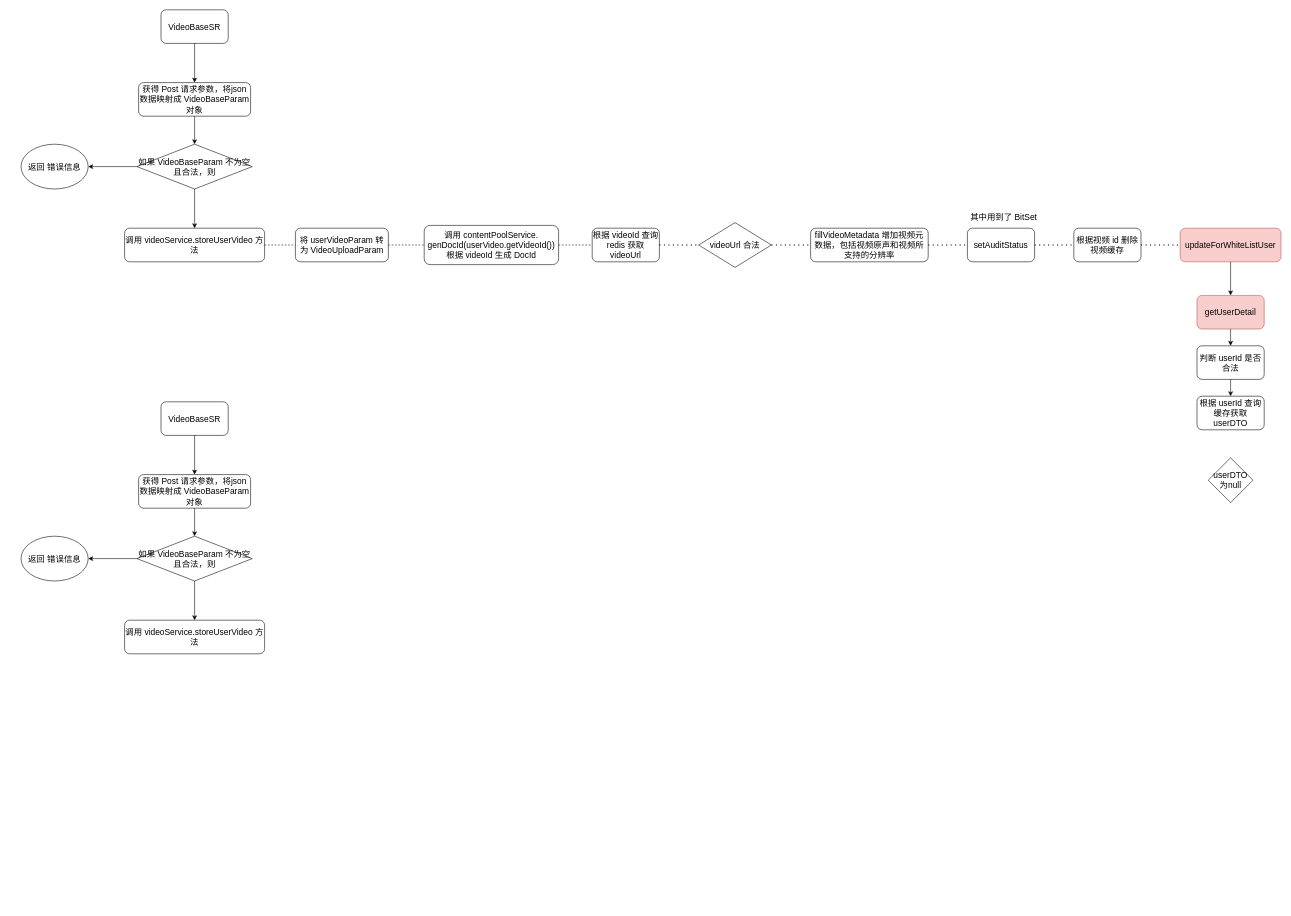
The draw.io diagram base.drawio in Enoch-Simon/drawios, before the edit. Source tidied: cells renumbered, new cells numbered last; positions are measured from the earlier drawing's top-left corner, leaving out a move shared by most shapes. Both pictures are drawn from the tidied source at 56%, with x=0, y=0 at pixel (21, 10).
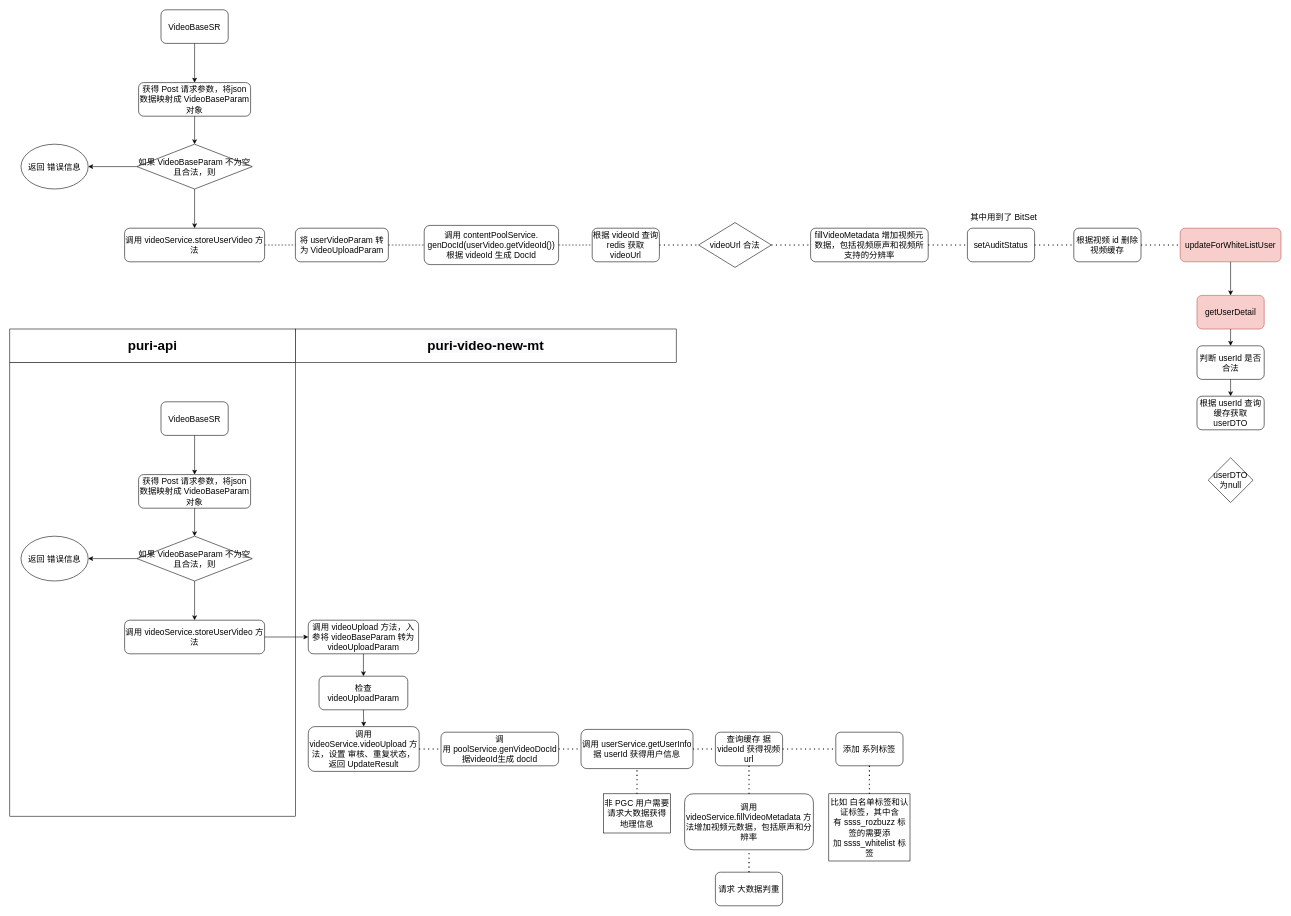
Above is the later version.

The change refers to these unchanged cells:
```xml
<mxCell id="37" value="调用&amp;nbsp;videoService.storeUserVideo 方法" style="rounded=1;whiteSpace=wrap;html=1;fontSize=15;" parent="1" vertex="1">
  <mxGeometry x="185" y="1090" width="250" height="60" as="geometry" />
</mxCell>
```

Change to the diagram source:
```diff
@@
+    <mxCell id="44" style="rounded=0;whiteSpace=wrap;html=1;fontSize=15;" parent="1" vertex="1">
+      <mxGeometry x="-20" y="630" width="510" height="810" as="geometry" />
+    </mxCell>
@@
+    <mxCell id="45" value="调用 videoUpload 方法，入参将 videoBaseParam 转为 videoUploadParam" style="rounded=1;whiteSpace=wrap;html=1;fontSize=15;" parent="1" vertex="1">
+      <mxGeometry x="513" y="1090" width="197" height="60" as="geometry" />
+    </mxCell>
+    <mxCell id="46" value="检查 videoUploadParam" style="rounded=1;whiteSpace=wrap;html=1;fontSize=15;" parent="1" vertex="1">
+      <mxGeometry x="532.2" y="1190" width="158.5" height="60" as="geometry" />
+    </mxCell>
+    <mxCell id="47" value="调用 videoService.videoUpload 方法，设置 审核、重复状态，返回&amp;nbsp;UpdateResult" style="rounded=1;whiteSpace=wrap;html=1;fontSize=15;" parent="1" vertex="1">
+      <mxGeometry x="513" y="1280" width="198" height="80" as="geometry" />
+    </mxCell>
+    <mxCell id="48" value="调用&amp;nbsp;poolService.genVideoDocId 据videoId生成 docId" style="rounded=1;whiteSpace=wrap;html=1;fontSize=15;" parent="1" vertex="1">
+      <mxGeometry x="750" y="1290" width="210" height="60" as="geometry" />
+    </mxCell>
+    <mxCell id="49" value="调用&amp;nbsp;userService.getUserInfo 据 userId 获得用户信息" style="rounded=1;whiteSpace=wrap;html=1;fontSize=15;" parent="1" vertex="1">
+      <mxGeometry x="1000" y="1285" width="200" height="70" as="geometry" />
+    </mxCell>
+    <mxCell id="50" value="非 PGC 用户需要请求大数据获得地理信息" style="rounded=0;whiteSpace=wrap;html=1;fontSize=15;" parent="1" vertex="1">
+      <mxGeometry x="1040" y="1400" width="120" height="70" as="geometry" />
+    </mxCell>
+    <mxCell id="51" style="endArrow=classic;html=1;fontSize=15;exitX=1;exitY=0.5;exitDx=0;exitDy=0;entryX=0;entryY=0.5;entryDx=0;entryDy=0;" parent="1" edge="1" source="37" target="45">
+      <mxGeometry relative="1" as="geometry" />
+    </mxCell>
+    <mxCell id="52" style="endArrow=classic;html=1;fontSize=15;exitX=0.5;exitY=1;exitDx=0;exitDy=0;entryX=0.5;entryY=0;entryDx=0;entryDy=0;" parent="1" edge="1" source="45" target="46">
+      <mxGeometry relative="1" as="geometry" />
+    </mxCell>
+    <mxCell id="53" style="endArrow=classic;html=1;fontSize=15;exitX=0.5;exitY=1;exitDx=0;exitDy=0;entryX=0.5;entryY=0;entryDx=0;entryDy=0;" parent="1" edge="1" source="46" target="47">
+      <mxGeometry relative="1" as="geometry" />
+    </mxCell>
+    <mxCell id="54" style="endArrow=none;dashed=1;html=1;dashPattern=1 3;strokeWidth=2;fontSize=15;exitX=1;exitY=0.5;exitDx=0;exitDy=0;entryX=0;entryY=0.5;entryDx=0;entryDy=0;" parent="1" edge="1" source="47" target="48">
+      <mxGeometry relative="1" as="geometry" />
+    </mxCell>
+    <mxCell id="55" style="endArrow=none;dashed=1;html=1;dashPattern=1 3;strokeWidth=2;fontSize=15;exitX=1;exitY=0.5;exitDx=0;exitDy=0;entryX=0;entryY=0.5;entryDx=0;entryDy=0;" parent="1" edge="1" source="48" target="49">
+      <mxGeometry relative="1" as="geometry" />
+    </mxCell>
+    <mxCell id="56" style="endArrow=none;dashed=1;html=1;dashPattern=1 3;strokeWidth=2;fontSize=15;entryX=0.5;entryY=1;entryDx=0;entryDy=0;exitX=0.5;exitY=0;exitDx=0;exitDy=0;" parent="1" edge="1" source="50" target="49">
+      <mxGeometry relative="1" as="geometry" />
+    </mxCell>
+    <mxCell id="57" value="puri-api" style="rounded=0;whiteSpace=wrap;html=1;fontSize=24;fontStyle=1;" parent="1" vertex="1">
+      <mxGeometry x="-20" y="570" width="510" height="60" as="geometry" />
+    </mxCell>
+    <mxCell id="58" value="查询缓存 据 videoId 获得视频url" style="rounded=1;whiteSpace=wrap;html=1;fontSize=15;" parent="1" vertex="1">
+      <mxGeometry x="1240" y="1290" width="120" height="60" as="geometry" />
+    </mxCell>
+    <mxCell id="59" value="调用 videoService.fillVideoMetadata 方法增加视频元数据，包括原声和分辨率" style="rounded=1;whiteSpace=wrap;html=1;fontSize=15;" parent="1" vertex="1">
+      <mxGeometry x="1185" y="1400" width="230" height="100" as="geometry" />
+    </mxCell>
+    <mxCell id="60" value="请求 大数据判重" style="rounded=1;whiteSpace=wrap;html=1;fontSize=15;" parent="1" vertex="1">
+      <mxGeometry x="1240" y="1540" width="120" height="60" as="geometry" />
+    </mxCell>
+    <mxCell id="61" value="添加 系列标签" style="rounded=1;whiteSpace=wrap;html=1;fontSize=15;" parent="1" vertex="1">
+      <mxGeometry x="1455" y="1290" width="120" height="60" as="geometry" />
+    </mxCell>
+    <mxCell id="62" style="endArrow=none;dashed=1;html=1;dashPattern=1 3;strokeWidth=2;fontSize=15;exitX=1;exitY=0.5;exitDx=0;exitDy=0;entryX=0;entryY=0.5;entryDx=0;entryDy=0;" parent="1" edge="1" source="49" target="58">
+      <mxGeometry relative="1" as="geometry" />
+    </mxCell>
+    <mxCell id="63" style="endArrow=none;dashed=1;html=1;dashPattern=1 3;strokeWidth=2;fontSize=15;exitX=1;exitY=0.5;exitDx=0;exitDy=0;entryX=0;entryY=0.5;entryDx=0;entryDy=0;" parent="1" edge="1" source="58" target="61">
+      <mxGeometry relative="1" as="geometry" />
+    </mxCell>
+    <mxCell id="64" style="endArrow=none;dashed=1;html=1;dashPattern=1 3;strokeWidth=2;fontSize=15;exitX=0.5;exitY=1;exitDx=0;exitDy=0;entryX=0.5;entryY=0;entryDx=0;entryDy=0;" parent="1" edge="1" source="58" target="59">
+      <mxGeometry relative="1" as="geometry" />
+    </mxCell>
+    <mxCell id="65" style="endArrow=none;dashed=1;html=1;dashPattern=1 3;strokeWidth=2;fontSize=15;entryX=0.5;entryY=1;entryDx=0;entryDy=0;exitX=0.5;exitY=0;exitDx=0;exitDy=0;" parent="1" edge="1" source="60" target="59">
+      <mxGeometry relative="1" as="geometry" />
+    </mxCell>
+    <mxCell id="66" value="&lt;span style=&quot;color: rgb(0 , 0 , 0) ; font-family: &amp;#34;helvetica&amp;#34; ; font-size: 24px ; font-style: normal ; font-weight: 700 ; letter-spacing: normal ; text-align: center ; text-indent: 0px ; text-transform: none ; word-spacing: 0px ; background-color: rgb(248 , 249 , 250) ; display: inline ; float: none&quot;&gt;puri-video-new-mt&lt;/span&gt;" style="rounded=0;whiteSpace=wrap;html=1;fontSize=15;" parent="1" vertex="1">
+      <mxGeometry x="490" y="570" width="680" height="60" as="geometry" />
+    </mxCell>
+    <mxCell id="67" value="比如 白名单标签和认证标签，其中含有&amp;nbsp;ssss_rozbuzz 标签的需要添加&amp;nbsp;ssss_whitelist 标签" style="rounded=0;whiteSpace=wrap;html=1;fontSize=15;" parent="1" vertex="1">
+      <mxGeometry x="1442.5" y="1400" width="145" height="120" as="geometry" />
+    </mxCell>
+    <mxCell id="68" style="endArrow=none;dashed=1;html=1;dashPattern=1 3;strokeWidth=2;fontSize=15;exitX=0.5;exitY=1;exitDx=0;exitDy=0;entryX=0.5;entryY=0;entryDx=0;entryDy=0;" parent="1" edge="1" source="61" target="67">
+      <mxGeometry relative="1" as="geometry" />
+    </mxCell>
```
